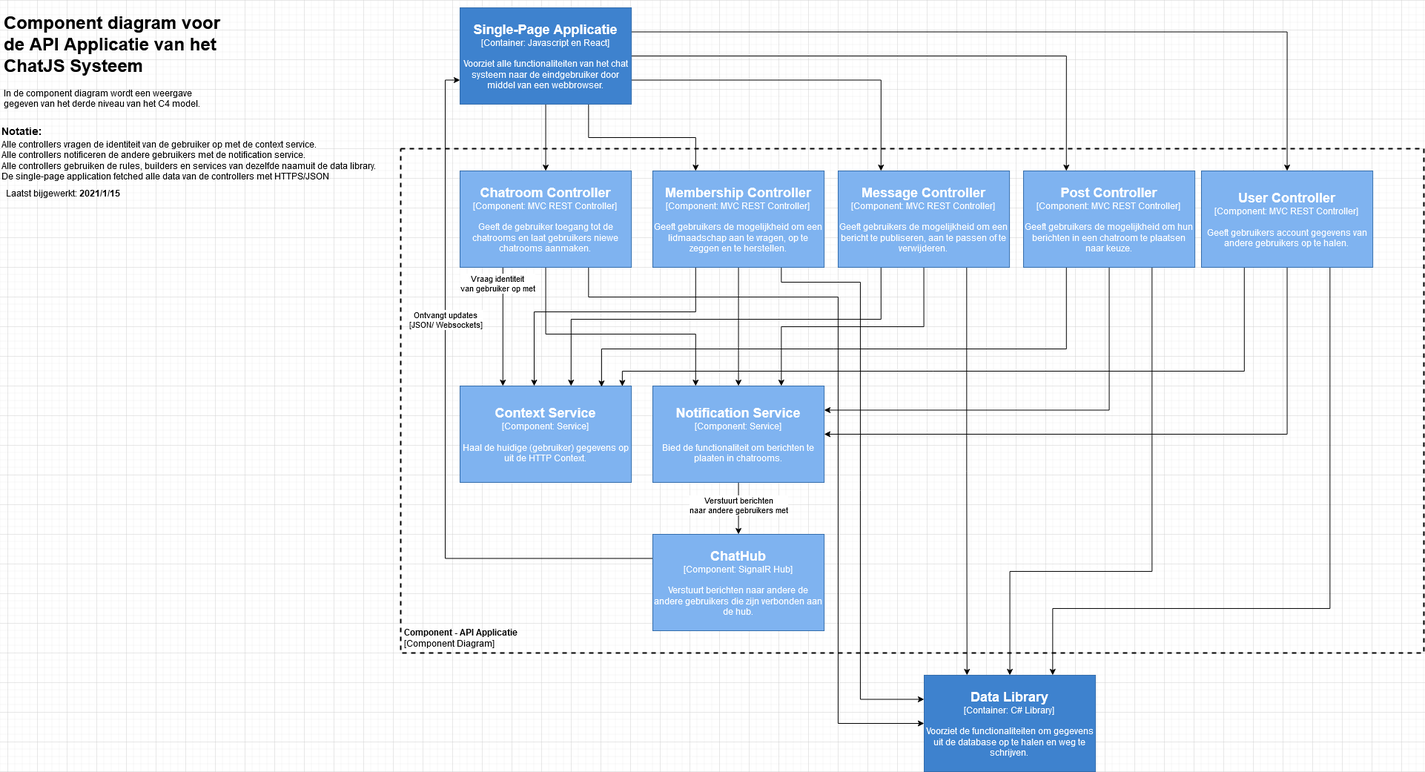
The draw.io diagram docs/01. Diagrams/C4 Models/3. Components/Component Diagram - API Applicatie.png in i442124/ChatJS, before a commit. Source tidied: cells renumbered, new cells last; positions are measured from the earlier drawing's top-left corner, leaving out a move shared by most shapes. Its diagram source:
```xml
<mxGraphModel>
  <root>
    <mxCell id="0" />
    <mxCell id="1" parent="0" />
    <mxCell id="2" value="&lt;div&gt;&lt;font style=&quot;font-size: 12px&quot;&gt;&lt;b&gt;Component - API Applicatie&lt;br&gt;&lt;/b&gt;&lt;/font&gt;&lt;/div&gt;&lt;font style=&quot;font-size: 12px&quot;&gt;[Component Diagram]&lt;/font&gt;" style="text;html=1;fillColor=none;spacing=5;spacingTop=-20;whiteSpace=wrap;overflow=hidden;rounded=0;dashed=1;verticalAlign=bottom;strokeColor=#000000;strokeWidth=2;" parent="1" vertex="1">
      <mxGeometry x="540" y="190" width="1380" height="680" as="geometry" />
    </mxCell>
    <mxCell id="3" value="&lt;h1&gt;Component diagram voor de API Applicatie van het ChatJS Systeem&lt;br&gt;&lt;/h1&gt;&lt;p&gt;In de component diagram wordt een weergave gegeven van het derde niveau van het C4 model.&lt;/p&gt;" style="text;html=1;strokeColor=none;fillColor=none;spacing=5;spacingTop=-20;whiteSpace=wrap;overflow=hidden;rounded=0;" parent="1" vertex="1">
      <mxGeometry width="310" height="140" as="geometry" />
    </mxCell>
    <mxCell id="4" value="Laatst bijgewerkt: &lt;b&gt;2021/1/15&lt;/b&gt;" style="text;html=1;strokeColor=none;fillColor=none;align=center;verticalAlign=middle;whiteSpace=wrap;rounded=0;" parent="1" vertex="1">
      <mxGeometry y="240" width="170" height="20" as="geometry" />
    </mxCell>
    <mxCell id="5" style="edgeStyle=orthogonalEdgeStyle;rounded=0;jettySize=auto;html=1;exitX=0.25;exitY=1;exitDx=0;exitDy=0;entryX=0.25;entryY=0;entryDx=0;entryDy=0;" parent="1" edge="1" source="9" target="17">
      <mxGeometry relative="1" as="geometry" />
    </mxCell>
    <mxCell id="6" value="Vraag identiteit&lt;br&gt;van gebruiker op met" style="edgeLabel;html=1;align=center;verticalAlign=middle;" parent="5" vertex="1">
      <mxGeometry x="-0.74" y="1" relative="1" as="geometry">
        <mxPoint x="-8.8" as="offset" />
      </mxGeometry>
    </mxCell>
    <mxCell id="7" style="edgeStyle=orthogonalEdgeStyle;rounded=0;jettySize=auto;html=1;exitX=0.5;exitY=1;exitDx=0;exitDy=0;entryX=0.25;entryY=0;entryDx=0;entryDy=0;" parent="1" edge="1" source="9" target="20">
      <mxGeometry relative="1" as="geometry">
        <Array as="points">
          <mxPoint x="736" y="440" />
          <mxPoint x="938" y="440" />
        </Array>
      </mxGeometry>
    </mxCell>
    <mxCell id="8" style="edgeStyle=orthogonalEdgeStyle;rounded=0;jettySize=auto;html=1;exitX=0.75;exitY=1;exitDx=0;exitDy=0;entryX=0;entryY=0.5;entryDx=0;entryDy=0;" parent="1" edge="1" source="9" target="16">
      <mxGeometry relative="1" as="geometry">
        <Array as="points">
          <mxPoint x="793" y="390" />
          <mxPoint x="1130" y="390" />
          <mxPoint x="1130" y="965" />
        </Array>
      </mxGeometry>
    </mxCell>
    <mxCell id="9" value="&lt;div&gt;&lt;font size=&quot;1&quot;&gt;&lt;b&gt;&lt;font style=&quot;font-size: 18px&quot; color=&quot;#FFFFFF&quot;&gt;Chatroom Controller&lt;br&gt;&lt;/font&gt;&lt;/b&gt;&lt;/font&gt;&lt;/div&gt;&lt;div&gt;&lt;font color=&quot;#FFFFFF&quot;&gt;[Component: MVC REST Controller]&lt;br&gt;&lt;/font&gt;&lt;/div&gt;&lt;div&gt;&lt;font color=&quot;#FFFFFF&quot;&gt;&lt;br&gt;&lt;/font&gt;&lt;/div&gt;&lt;font color=&quot;#FFFFFF&quot;&gt;Geeft de gebruiker toegang tot de chatrooms en laat gebruikers niewe chatrooms aanmaken.&lt;br&gt;&lt;/font&gt;" style="rounded=0;whiteSpace=wrap;html=1;strokeColor=#336CAB;fillColor=#7FB3F0;" parent="1" vertex="1">
      <mxGeometry x="620" y="220" width="231.1" height="130" as="geometry" />
    </mxCell>
    <mxCell id="10" style="edgeStyle=orthogonalEdgeStyle;rounded=0;jettySize=auto;html=1;exitX=0.5;exitY=1;exitDx=0;exitDy=0;entryX=0.5;entryY=0;entryDx=0;entryDy=0;" parent="1" edge="1" source="15" target="9">
      <mxGeometry relative="1" as="geometry" />
    </mxCell>
    <mxCell id="11" style="edgeStyle=orthogonalEdgeStyle;rounded=0;jettySize=auto;html=1;exitX=0.75;exitY=1;exitDx=0;exitDy=0;entryX=0.25;entryY=0;entryDx=0;entryDy=0;" parent="1" edge="1" source="15" target="24">
      <mxGeometry relative="1" as="geometry" />
    </mxCell>
    <mxCell id="12" style="edgeStyle=orthogonalEdgeStyle;rounded=0;jettySize=auto;html=1;exitX=1;exitY=0.75;exitDx=0;exitDy=0;entryX=0.25;entryY=0;entryDx=0;entryDy=0;" parent="1" edge="1" source="15" target="28">
      <mxGeometry relative="1" as="geometry" />
    </mxCell>
    <mxCell id="13" style="edgeStyle=orthogonalEdgeStyle;rounded=0;jettySize=auto;html=1;exitX=1;exitY=0.5;exitDx=0;exitDy=0;entryX=0.25;entryY=0;entryDx=0;entryDy=0;" parent="1" edge="1" source="15" target="32">
      <mxGeometry relative="1" as="geometry" />
    </mxCell>
    <mxCell id="14" style="edgeStyle=orthogonalEdgeStyle;rounded=0;jettySize=auto;html=1;exitX=1;exitY=0.25;exitDx=0;exitDy=0;entryX=0.5;entryY=0;entryDx=0;entryDy=0;" parent="1" edge="1" source="15" target="36">
      <mxGeometry relative="1" as="geometry" />
    </mxCell>
    <mxCell id="15" value="&lt;div&gt;&lt;font size=&quot;1&quot;&gt;&lt;b&gt;&lt;font style=&quot;font-size: 18px&quot; color=&quot;#FFFFFF&quot;&gt;Single-Page Applicatie&lt;br&gt;&lt;/font&gt;&lt;/b&gt;&lt;/font&gt;&lt;/div&gt;&lt;div&gt;&lt;font color=&quot;#FFFFFF&quot;&gt;[Container: Javascript en React]&lt;br&gt;&lt;/font&gt;&lt;/div&gt;&lt;div&gt;&lt;font color=&quot;#FFFFFF&quot;&gt;&lt;br&gt;&lt;/font&gt;&lt;/div&gt;&lt;div&gt;&lt;font color=&quot;#FFFFFF&quot;&gt;Voorziet alle functionaliteiten van het chat systeem naar de eindgebruiker door middel van een webbrowser.&lt;br&gt;&lt;/font&gt;&lt;/div&gt;" style="rounded=0;whiteSpace=wrap;html=1;fillColor=#3E82CE;strokeColor=#336CAB;" parent="1" vertex="1">
      <mxGeometry x="620" width="231.1" height="130" as="geometry" />
    </mxCell>
    <mxCell id="16" value="&lt;div&gt;&lt;font size=&quot;1&quot;&gt;&lt;b&gt;&lt;font style=&quot;font-size: 18px&quot; color=&quot;#FFFFFF&quot;&gt;Data Library&lt;/font&gt;&lt;/b&gt;&lt;/font&gt;&lt;/div&gt;&lt;div&gt;&lt;font color=&quot;#FFFFFF&quot;&gt;[Container: C# Library]&lt;br&gt;&lt;/font&gt;&lt;/div&gt;&lt;div&gt;&lt;font color=&quot;#FFFFFF&quot;&gt;&lt;br&gt;&lt;/font&gt;&lt;/div&gt;&lt;div&gt;&lt;font color=&quot;#FFFFFF&quot;&gt;Voorziet de functionaliteiten om gegevens uit de database op te halen en weg te schrijven.&lt;br&gt;&lt;/font&gt;&lt;/div&gt;" style="rounded=0;whiteSpace=wrap;html=1;fillColor=#3E82CE;strokeColor=#336CAB;" parent="1" vertex="1">
      <mxGeometry x="1246" y="900" width="231.1" height="130" as="geometry" />
    </mxCell>
    <mxCell id="17" value="&lt;div&gt;&lt;font size=&quot;1&quot;&gt;&lt;b&gt;&lt;font style=&quot;font-size: 18px&quot; color=&quot;#FFFFFF&quot;&gt;Context Service&lt;br&gt;&lt;/font&gt;&lt;/b&gt;&lt;/font&gt;&lt;/div&gt;&lt;div&gt;&lt;font color=&quot;#FFFFFF&quot;&gt;[Component: Service]&lt;br&gt;&lt;/font&gt;&lt;/div&gt;&lt;div&gt;&lt;font color=&quot;#FFFFFF&quot;&gt;&lt;br&gt;&lt;/font&gt;&lt;/div&gt;&lt;font color=&quot;#FFFFFF&quot;&gt;Haal de huidige (gebruiker) gegevens op uit de HTTP Context.&lt;br&gt;&lt;/font&gt;" style="rounded=0;whiteSpace=wrap;html=1;strokeColor=#336CAB;fillColor=#7FB3F0;" parent="1" vertex="1">
      <mxGeometry x="620" y="510" width="231.1" height="130" as="geometry" />
    </mxCell>
    <mxCell id="18" style="edgeStyle=orthogonalEdgeStyle;rounded=0;jettySize=auto;html=1;exitX=0.5;exitY=1;exitDx=0;exitDy=0;entryX=0.5;entryY=0;entryDx=0;entryDy=0;" parent="1" edge="1" source="20" target="39">
      <mxGeometry relative="1" as="geometry" />
    </mxCell>
    <mxCell id="19" value="&lt;div&gt;Verstuurt berichten&lt;/div&gt;&lt;div&gt; naar andere gebruikers met&lt;/div&gt;" style="edgeLabel;html=1;align=center;verticalAlign=middle;" parent="18" vertex="1">
      <mxGeometry x="0.23" relative="1" as="geometry">
        <mxPoint y="-13.2" as="offset" />
      </mxGeometry>
    </mxCell>
    <mxCell id="20" value="&lt;div&gt;&lt;font size=&quot;1&quot;&gt;&lt;b&gt;&lt;font style=&quot;font-size: 18px&quot; color=&quot;#FFFFFF&quot;&gt;Notification Service&lt;br&gt;&lt;/font&gt;&lt;/b&gt;&lt;/font&gt;&lt;/div&gt;&lt;div&gt;&lt;font color=&quot;#FFFFFF&quot;&gt;[Component: Service]&lt;br&gt;&lt;/font&gt;&lt;/div&gt;&lt;div&gt;&lt;font color=&quot;#FFFFFF&quot;&gt;&lt;br&gt;&lt;/font&gt;&lt;/div&gt;&lt;font color=&quot;#FFFFFF&quot;&gt;Bied de functionaliteit om berichten te plaaten in chatrooms.&lt;br&gt;&lt;/font&gt;" style="rounded=0;whiteSpace=wrap;html=1;strokeColor=#336CAB;fillColor=#7FB3F0;" parent="1" vertex="1">
      <mxGeometry x="880" y="510" width="231.1" height="130" as="geometry" />
    </mxCell>
    <mxCell id="21" style="edgeStyle=orthogonalEdgeStyle;rounded=0;jettySize=auto;html=1;exitX=0.25;exitY=1;exitDx=0;exitDy=0;" parent="1" edge="1" source="24">
      <mxGeometry relative="1" as="geometry">
        <mxPoint x="720" y="510" as="targetPoint" />
        <Array as="points">
          <mxPoint x="938" y="410" />
          <mxPoint x="720" y="410" />
        </Array>
      </mxGeometry>
    </mxCell>
    <mxCell id="22" style="edgeStyle=orthogonalEdgeStyle;rounded=0;jettySize=auto;html=1;exitX=0.5;exitY=1;exitDx=0;exitDy=0;entryX=0.5;entryY=0;entryDx=0;entryDy=0;" parent="1" edge="1" source="24" target="20">
      <mxGeometry relative="1" as="geometry" />
    </mxCell>
    <mxCell id="23" style="edgeStyle=orthogonalEdgeStyle;rounded=0;jettySize=auto;html=1;exitX=0.75;exitY=1;exitDx=0;exitDy=0;entryX=0;entryY=0.25;entryDx=0;entryDy=0;" parent="1" edge="1" source="24" target="16">
      <mxGeometry relative="1" as="geometry">
        <Array as="points">
          <mxPoint x="1053" y="370" />
          <mxPoint x="1160" y="370" />
          <mxPoint x="1160" y="933" />
        </Array>
      </mxGeometry>
    </mxCell>
    <mxCell id="24" value="&lt;div&gt;&lt;font size=&quot;1&quot;&gt;&lt;b&gt;&lt;font style=&quot;font-size: 18px&quot; color=&quot;#FFFFFF&quot;&gt;Membership Controller&lt;br&gt;&lt;/font&gt;&lt;/b&gt;&lt;/font&gt;&lt;/div&gt;&lt;div&gt;&lt;font color=&quot;#FFFFFF&quot;&gt;[Component: MVC REST Controller]&lt;br&gt;&lt;/font&gt;&lt;/div&gt;&lt;div&gt;&lt;font color=&quot;#FFFFFF&quot;&gt;&lt;br&gt;&lt;/font&gt;&lt;/div&gt;&lt;font color=&quot;#FFFFFF&quot;&gt;Geeft gebruikers de mogelijkheid om een lidmaadschap aan te vragen, op te zeggen en te herstellen.&lt;br&gt;&lt;/font&gt;" style="rounded=0;whiteSpace=wrap;html=1;strokeColor=#336CAB;fillColor=#7FB3F0;" parent="1" vertex="1">
      <mxGeometry x="880" y="220" width="231.1" height="130" as="geometry" />
    </mxCell>
    <mxCell id="25" style="edgeStyle=orthogonalEdgeStyle;rounded=0;jettySize=auto;html=1;exitX=0.25;exitY=1;exitDx=0;exitDy=0;entryX=0.648;entryY=0;entryDx=0;entryDy=0;entryPerimeter=0;" parent="1" edge="1" source="28" target="17">
      <mxGeometry relative="1" as="geometry">
        <Array as="points">
          <mxPoint x="1188" y="420" />
          <mxPoint x="770" y="420" />
        </Array>
      </mxGeometry>
    </mxCell>
    <mxCell id="26" style="edgeStyle=orthogonalEdgeStyle;rounded=0;jettySize=auto;html=1;exitX=0.5;exitY=1;exitDx=0;exitDy=0;entryX=0.75;entryY=0;entryDx=0;entryDy=0;" parent="1" edge="1" source="28" target="20">
      <mxGeometry relative="1" as="geometry">
        <Array as="points">
          <mxPoint x="1246" y="430" />
          <mxPoint x="1053" y="430" />
        </Array>
      </mxGeometry>
    </mxCell>
    <mxCell id="27" style="edgeStyle=orthogonalEdgeStyle;rounded=0;jettySize=auto;html=1;exitX=0.75;exitY=1;exitDx=0;exitDy=0;entryX=0.25;entryY=0;entryDx=0;entryDy=0;" parent="1" edge="1" source="28" target="16">
      <mxGeometry relative="1" as="geometry" />
    </mxCell>
    <mxCell id="28" value="&lt;div&gt;&lt;font size=&quot;1&quot;&gt;&lt;b&gt;&lt;font style=&quot;font-size: 18px&quot; color=&quot;#FFFFFF&quot;&gt;Message Controller&lt;br&gt;&lt;/font&gt;&lt;/b&gt;&lt;/font&gt;&lt;/div&gt;&lt;div&gt;&lt;font color=&quot;#FFFFFF&quot;&gt;[Component: MVC REST Controller]&lt;br&gt;&lt;/font&gt;&lt;/div&gt;&lt;div&gt;&lt;font color=&quot;#FFFFFF&quot;&gt;&lt;br&gt;&lt;/font&gt;&lt;/div&gt;&lt;font color=&quot;#FFFFFF&quot;&gt;Geeft gebruikers de mogelijkheid om een bericht te publiseren, aan te passen of te verwijderen.&lt;br&gt;&lt;/font&gt;" style="rounded=0;whiteSpace=wrap;html=1;strokeColor=#336CAB;fillColor=#7FB3F0;" parent="1" vertex="1">
      <mxGeometry x="1130" y="220" width="231.1" height="130" as="geometry" />
    </mxCell>
    <mxCell id="29" style="edgeStyle=orthogonalEdgeStyle;rounded=0;jettySize=auto;html=1;exitX=0.25;exitY=1;exitDx=0;exitDy=0;entryX=0.826;entryY=0.009;entryDx=0;entryDy=0;entryPerimeter=0;" parent="1" edge="1" source="32" target="17">
      <mxGeometry relative="1" as="geometry">
        <Array as="points">
          <mxPoint x="1438" y="460" />
          <mxPoint x="811" y="460" />
        </Array>
      </mxGeometry>
    </mxCell>
    <mxCell id="30" style="edgeStyle=orthogonalEdgeStyle;rounded=0;jettySize=auto;html=1;exitX=0.5;exitY=1;exitDx=0;exitDy=0;entryX=1;entryY=0.25;entryDx=0;entryDy=0;" parent="1" edge="1" source="32" target="20">
      <mxGeometry relative="1" as="geometry" />
    </mxCell>
    <mxCell id="31" style="edgeStyle=orthogonalEdgeStyle;rounded=0;jettySize=auto;html=1;exitX=0.75;exitY=1;exitDx=0;exitDy=0;entryX=0.5;entryY=0;entryDx=0;entryDy=0;" parent="1" edge="1" source="32" target="16">
      <mxGeometry relative="1" as="geometry">
        <Array as="points">
          <mxPoint x="1553" y="760" />
          <mxPoint x="1362" y="760" />
        </Array>
      </mxGeometry>
    </mxCell>
    <mxCell id="32" value="&lt;div&gt;&lt;font size=&quot;1&quot;&gt;&lt;b&gt;&lt;font style=&quot;font-size: 18px&quot; color=&quot;#FFFFFF&quot;&gt;Post Controller&lt;br&gt;&lt;/font&gt;&lt;/b&gt;&lt;/font&gt;&lt;/div&gt;&lt;div&gt;&lt;font color=&quot;#FFFFFF&quot;&gt;[Component: MVC REST Controller]&lt;br&gt;&lt;/font&gt;&lt;/div&gt;&lt;div&gt;&lt;font color=&quot;#FFFFFF&quot;&gt;&lt;br&gt;&lt;/font&gt;&lt;/div&gt;&lt;font color=&quot;#FFFFFF&quot;&gt;Geeft gebruikers de mogelijkheid om hun berichten in een chatroom te plaatsen naar keuze.&lt;br&gt;&lt;/font&gt;" style="rounded=0;whiteSpace=wrap;html=1;strokeColor=#336CAB;fillColor=#7FB3F0;" parent="1" vertex="1">
      <mxGeometry x="1380" y="220" width="231.1" height="130" as="geometry" />
    </mxCell>
    <mxCell id="33" style="edgeStyle=orthogonalEdgeStyle;rounded=0;jettySize=auto;html=1;exitX=0.25;exitY=1;exitDx=0;exitDy=0;entryX=0.947;entryY=0.003;entryDx=0;entryDy=0;entryPerimeter=0;" parent="1" edge="1" source="36" target="17">
      <mxGeometry relative="1" as="geometry">
        <Array as="points">
          <mxPoint x="1678" y="490" />
          <mxPoint x="839" y="490" />
        </Array>
      </mxGeometry>
    </mxCell>
    <mxCell id="34" style="edgeStyle=orthogonalEdgeStyle;rounded=0;jettySize=auto;html=1;exitX=0.5;exitY=1;exitDx=0;exitDy=0;entryX=1;entryY=0.5;entryDx=0;entryDy=0;" parent="1" edge="1" source="36" target="20">
      <mxGeometry relative="1" as="geometry" />
    </mxCell>
    <mxCell id="35" style="edgeStyle=orthogonalEdgeStyle;rounded=0;jettySize=auto;html=1;exitX=0.75;exitY=1;exitDx=0;exitDy=0;entryX=0.75;entryY=0;entryDx=0;entryDy=0;" parent="1" edge="1" source="36" target="16">
      <mxGeometry relative="1" as="geometry">
        <Array as="points">
          <mxPoint x="1793" y="810" />
          <mxPoint x="1419" y="810" />
        </Array>
      </mxGeometry>
    </mxCell>
    <mxCell id="36" value="&lt;div&gt;&lt;font size=&quot;1&quot;&gt;&lt;b&gt;&lt;font style=&quot;font-size: 18px&quot; color=&quot;#FFFFFF&quot;&gt;User Controller&lt;br&gt;&lt;/font&gt;&lt;/b&gt;&lt;/font&gt;&lt;/div&gt;&lt;div&gt;&lt;font color=&quot;#FFFFFF&quot;&gt;[Component: MVC REST Controller]&lt;br&gt;&lt;/font&gt;&lt;/div&gt;&lt;div&gt;&lt;font color=&quot;#FFFFFF&quot;&gt;&lt;br&gt;&lt;/font&gt;&lt;/div&gt;&lt;font color=&quot;#FFFFFF&quot;&gt;Geeft gebruikers account gegevens van andere gebruikers op te halen.&lt;br&gt;&lt;/font&gt;" style="rounded=0;whiteSpace=wrap;html=1;strokeColor=#336CAB;fillColor=#7FB3F0;" parent="1" vertex="1">
      <mxGeometry x="1620" y="220" width="231.1" height="130" as="geometry" />
    </mxCell>
    <mxCell id="37" style="edgeStyle=orthogonalEdgeStyle;rounded=0;jettySize=auto;html=1;entryX=0;entryY=0.75;entryDx=0;entryDy=0;exitX=0;exitY=0.25;exitDx=0;exitDy=0;" parent="1" edge="1" source="39" target="15">
      <mxGeometry relative="1" as="geometry">
        <Array as="points">
          <mxPoint x="600" y="743" />
          <mxPoint x="600" y="98" />
        </Array>
      </mxGeometry>
    </mxCell>
    <mxCell id="38" value="Ontvangt updates&lt;br&gt;&lt;div&gt;[JSON/ Websockets]&lt;br&gt;&lt;/div&gt;" style="edgeLabel;html=1;align=center;verticalAlign=middle;" parent="37" vertex="1">
      <mxGeometry x="0.41" y="2" relative="1" as="geometry">
        <mxPoint x="2" y="61.7" as="offset" />
      </mxGeometry>
    </mxCell>
    <mxCell id="39" value="&lt;div&gt;&lt;font size=&quot;1&quot;&gt;&lt;b&gt;&lt;font style=&quot;font-size: 18px&quot; color=&quot;#FFFFFF&quot;&gt;ChatHub&lt;br&gt;&lt;/font&gt;&lt;/b&gt;&lt;/font&gt;&lt;/div&gt;&lt;div&gt;&lt;font color=&quot;#FFFFFF&quot;&gt;[Component: SignalR Hub]&lt;br&gt;&lt;/font&gt;&lt;/div&gt;&lt;div&gt;&lt;font color=&quot;#FFFFFF&quot;&gt;&lt;br&gt;&lt;/font&gt;&lt;/div&gt;&lt;font color=&quot;#FFFFFF&quot;&gt;Verstuurt berichten naar andere de andere gebruikers die zijn verbonden aan de hub.&lt;br&gt;&lt;/font&gt;" style="rounded=0;whiteSpace=wrap;html=1;strokeColor=#336CAB;fillColor=#7FB3F0;" parent="1" vertex="1">
      <mxGeometry x="880" y="710" width="231.1" height="130" as="geometry" />
    </mxCell>
    <mxCell id="40" value="Alle controllers vragen de identiteit van de gebruiker op met de context service.&lt;br&gt;Alle controllers notificeren de andere gebruikers met de notification service.&lt;br&gt;&lt;div&gt;Alle controllers gebruiken de rules, builders en services van dezelfde naamuit de data library.&lt;/div&gt;&lt;div&gt;De single-page application fetched alle data van de controllers met HTTPS/JSON&lt;br&gt;&lt;/div&gt;" style="text;html=1;align=left;verticalAlign=middle;" parent="1" vertex="1">
      <mxGeometry y="176" width="520" height="60" as="geometry" />
    </mxCell>
    <mxCell id="41" value="&lt;div style=&quot;font-size: 14px;&quot; align=&quot;left&quot;&gt;&lt;b style=&quot;font-size: 14px;&quot;&gt;Notatie:&lt;/b&gt;&lt;/div&gt;" style="text;html=1;align=left;verticalAlign=middle;fontSize=14;" parent="1" vertex="1">
      <mxGeometry y="156" width="70" height="20" as="geometry" />
    </mxCell>
  </root>
</mxGraphModel>
```
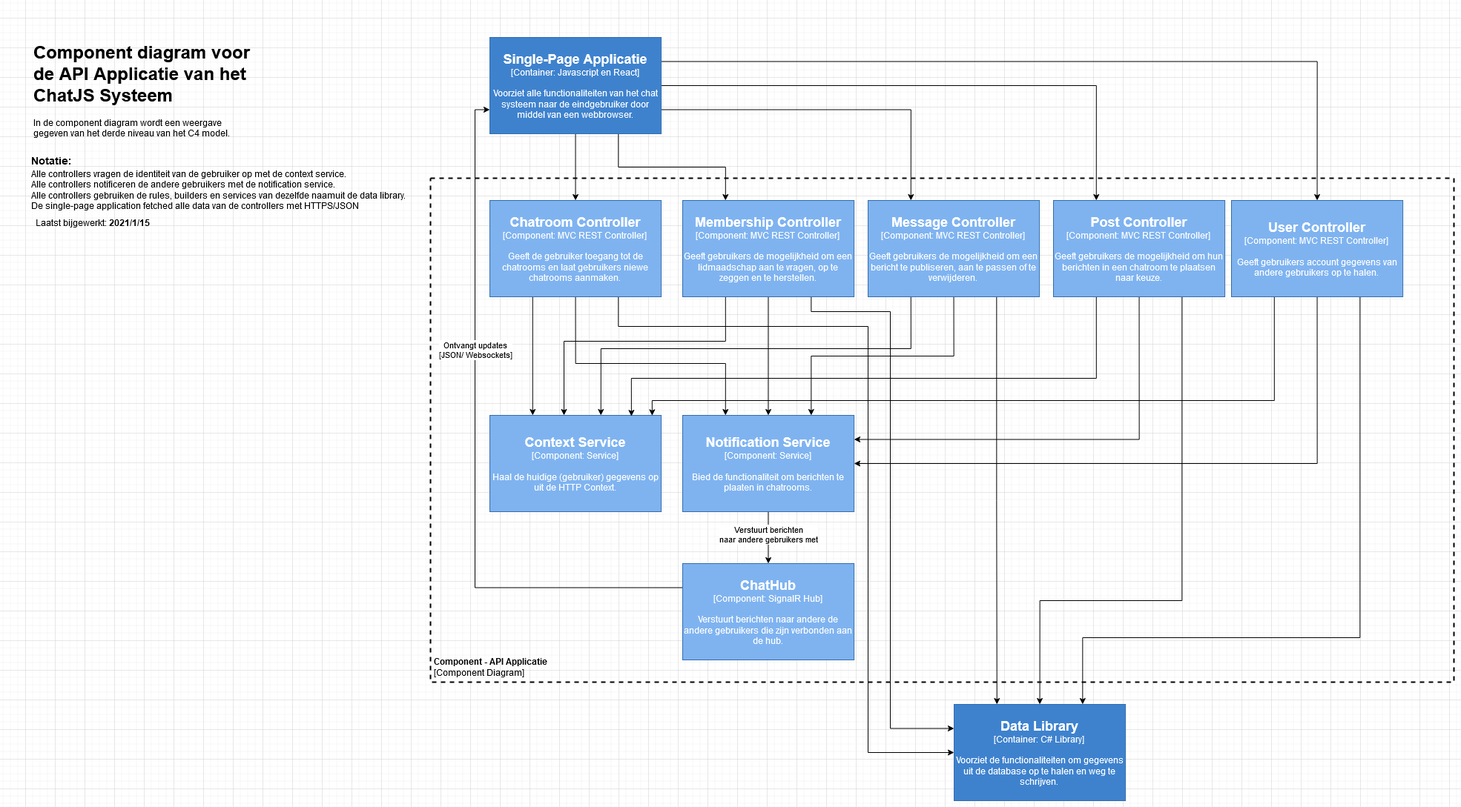
Later version of the same file.

What changed in the source:
```diff
@@ -14,11 +14,6 @@
     <mxCell id="5" style="edgeStyle=orthogonalEdgeStyle;rounded=0;jettySize=auto;html=1;exitX=0.25;exitY=1;exitDx=0;exitDy=0;entryX=0.25;entryY=0;entryDx=0;entryDy=0;" parent="1" edge="1" source="9" target="17">
       <mxGeometry relative="1" as="geometry" />
     </mxCell>
-    <mxCell id="6" value="Vraag identiteit&lt;br&gt;van gebruiker op met" style="edgeLabel;html=1;align=center;verticalAlign=middle;" parent="5" vertex="1">
-      <mxGeometry x="-0.74" y="1" relative="1" as="geometry">
-        <mxPoint x="-8.8" as="offset" />
-      </mxGeometry>
-    </mxCell>
     <mxCell id="7" style="edgeStyle=orthogonalEdgeStyle;rounded=0;jettySize=auto;html=1;exitX=0.5;exitY=1;exitDx=0;exitDy=0;entryX=0.25;entryY=0;entryDx=0;entryDy=0;" parent="1" edge="1" source="9" target="20">
       <mxGeometry relative="1" as="geometry">
         <Array as="points">
```
